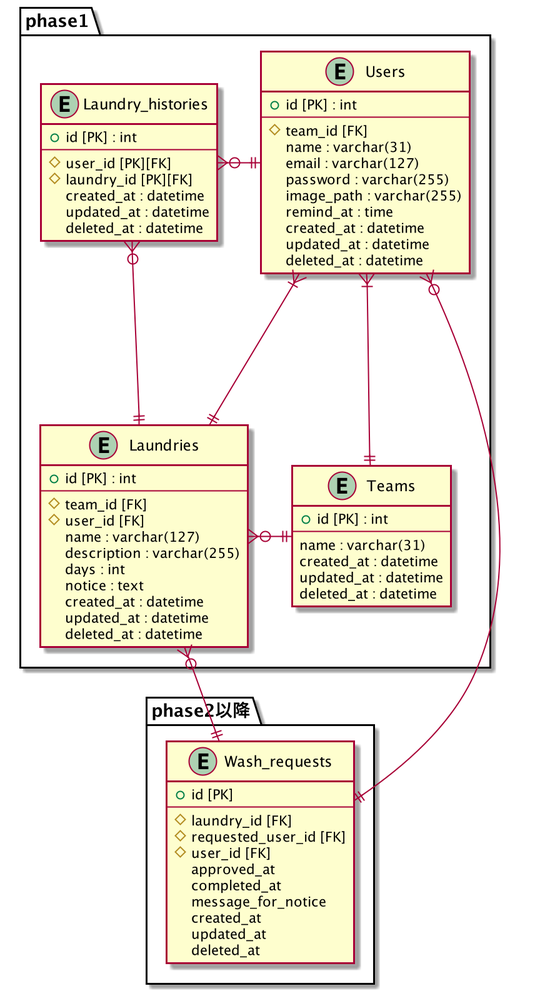
Earlier version of the PlantUML export docs/ER図.png (mixa393/mohumohu).
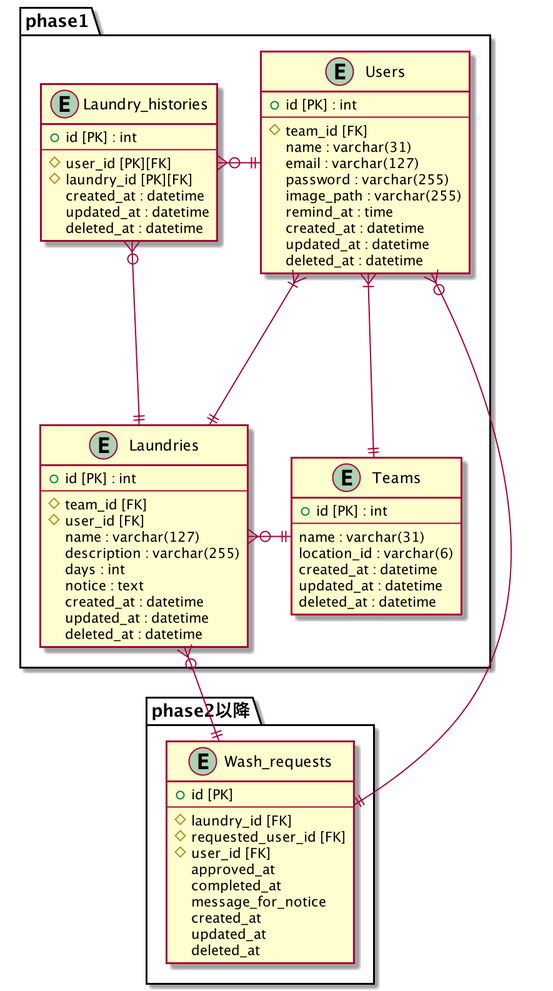
The same file after the commit.

Commit message:
Fix: 設計にlocation_id追加

What changed in the source:
```diff
@@ -30,6 +30,7 @@
     + id [PK] : int
     --
     name : varchar(31)
+    location_id : varchar(6)
     created_at : datetime
     updated_at : datetime
     deleted_at : datetime
```
